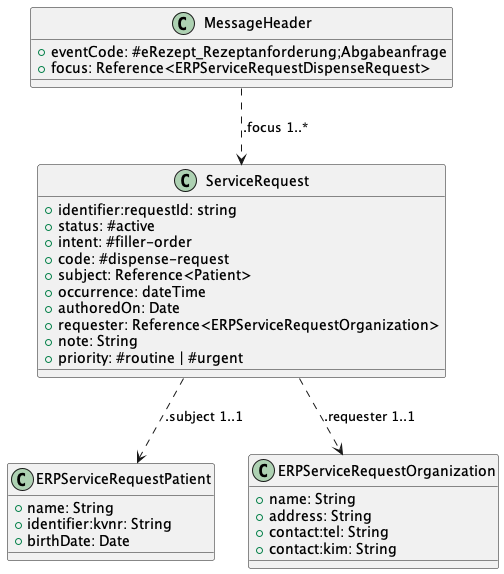
Earlier version of the PlantUML export guides/ig-rezeptanforderung/images/puml_images/DispenseRequest_Class.png (gematik/spec-E-Rezept-ServiceRequest).
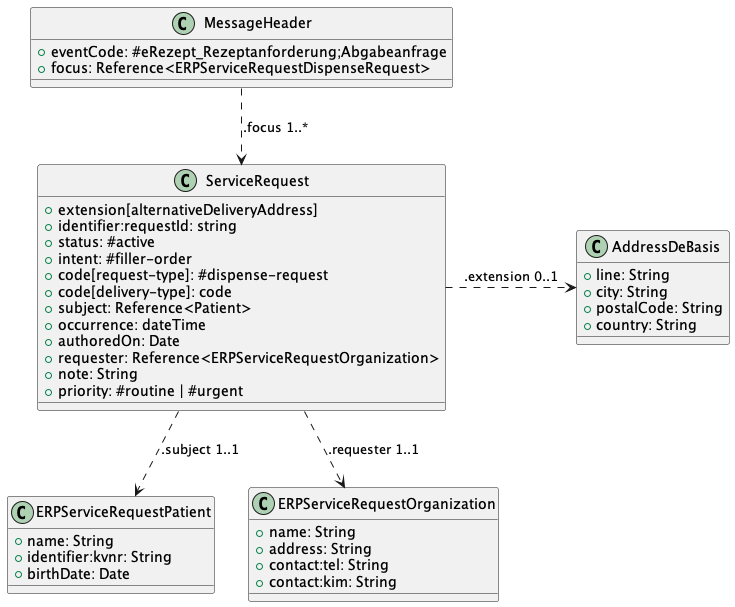
The same file after the commit.

Commit message:
Add entry for alternative delivery in IG

Diff of the diagram source:
```diff
@@ -8,10 +8,12 @@
 
 
 RECTANGLE "ServiceRequest" as SR {
+    +extension[alternativeDeliveryAddress]
     +identifier:requestId: string
     +status: #active
     +intent: #filler-order
-    +code: #dispense-request
+    +code[request-type]: #dispense-request
+    +code[delivery-type]: code
     +subject: Reference<Patient>
     +occurrence: dateTime
     +authoredOn: Date
@@ -33,7 +35,15 @@
     +contact:kim: String
 }
 
+RECTANGLE "AddressDeBasis" as Adr {
+    +line: String
+    +city: String
+    +postalCode: String
+    +country: String
+}
+
 MH .down.> SR : .focus 1..*
 SR .down.> P : .subject 1..1
 SR .down.> O : .requester 1..1
+SR .right.> Adr : .extension 0..1
 @enduml
```
